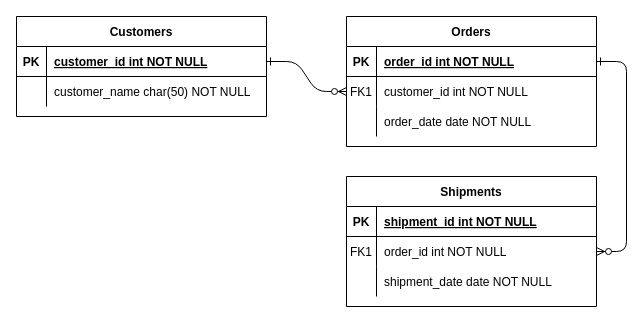
Above: Untitled Diagram.drawio in ksol17/CT-MyFirstRepo (draw.io), before the change. Source tidied: cells renumbered, new cells numbered last; positions are measured from the earlier drawing's top-left corner, leaving out a move shared by most shapes. Both pictures are drawn from the tidied source at 100%, with x=0, y=0 at pixel (16, 16).
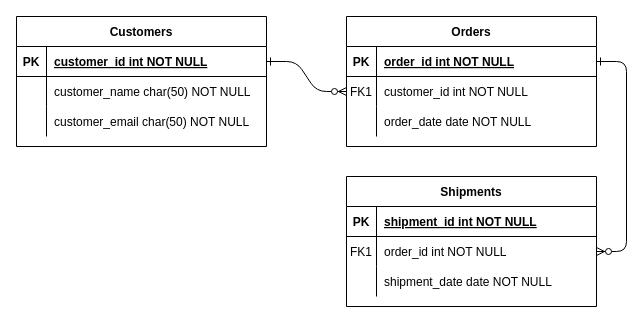
The same page after the edit.

Change to the diagram source:
```diff
@@
     <mxCell id="24" value="Customers" style="shape=table;startSize=30;childLayout=tableLayout;rowLines=0;fontStyle=1;align=center;" parent="1" vertex="1">
-      <mxGeometry width="250" height="100" as="geometry" />
+      <mxGeometry width="250" height="130" as="geometry" />
     </mxCell>
@@
+    <mxCell id="31" style="shape=partialRectangle;fillColor=none;top=0;left=0;right=0;bottom=0;" parent="24" vertex="1">
+      <mxGeometry y="90" width="250" height="30" as="geometry" />
+    </mxCell>
+    <mxCell id="32" style="shape=partialRectangle;overflow=hidden;fillColor=none;top=0;left=0;bottom=0;right=0;" parent="31" vertex="1">
+      <mxGeometry width="30" height="30" as="geometry" />
+    </mxCell>
+    <mxCell id="33" value="customer_email char(50) NOT NULL" style="shape=partialRectangle;overflow=hidden;fillColor=none;top=0;left=0;bottom=0;right=0;align=left;spacingLeft=6;" parent="31" vertex="1">
+      <mxGeometry x="30" width="220" height="30" as="geometry" />
+    </mxCell>
```
